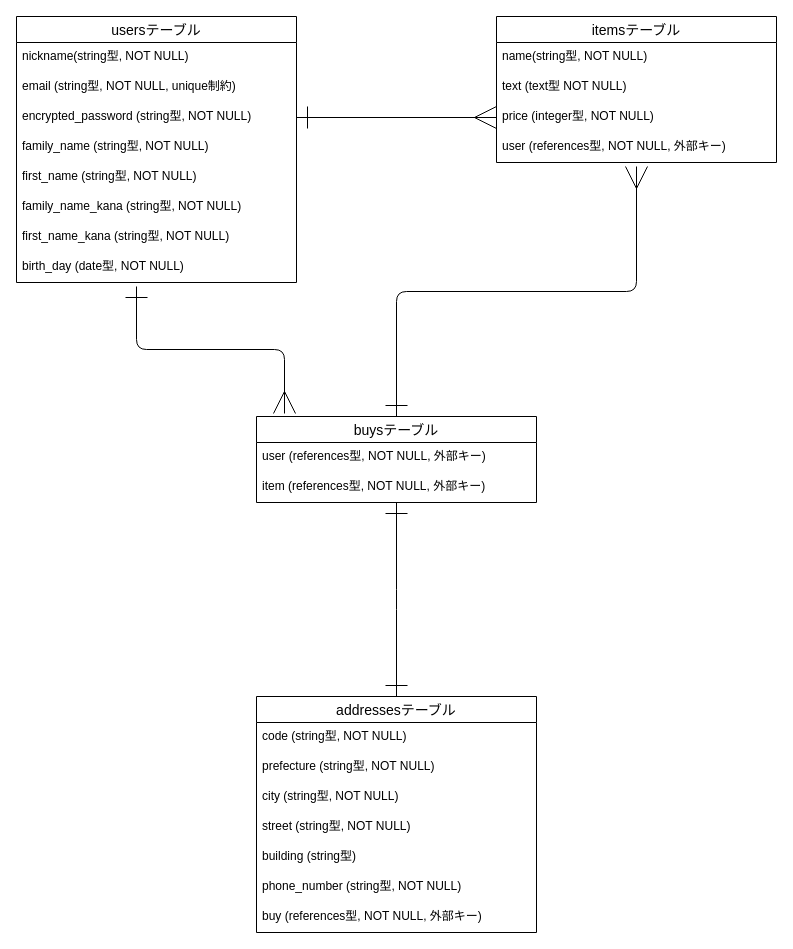
Before: furima.dio in amamyyyyy/furima-40448, a draw.io diagram. Source tidied: cells renumbered, new cells numbered last; positions are measured from the earlier drawing's top-left corner, leaving out a move shared by most shapes. Both pictures are drawn from the tidied source at 100%, with x=0, y=0 at pixel (16, 16).
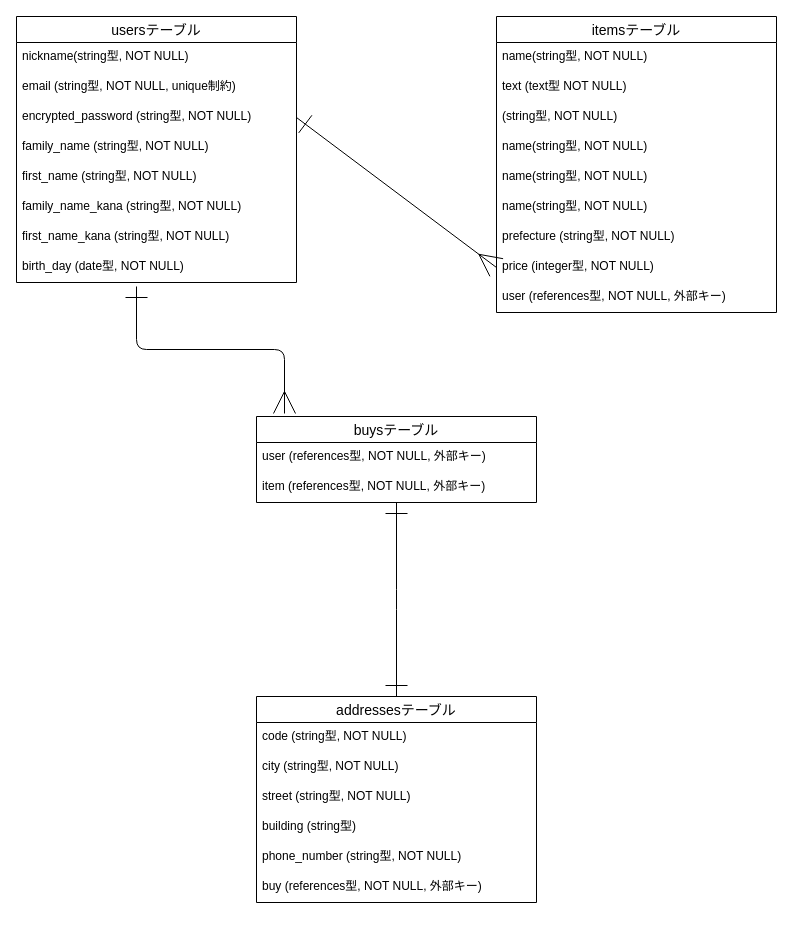
Above is the later version.

Commit message (it also covers changes not shown here):
データベース設計修正完了

Unchanged cells that the change refers to:
```xml
<mxCell id="19" value="buysテーブル" style="swimlane;fontStyle=0;horizontal=1;startSize=26;align=center;fontSize=14;" parent="1" vertex="1">
  <mxGeometry x="240" y="400" width="280" height="86" as="geometry" />
</mxCell>
```

The edit, as a diff of the source:
```diff
@@
     <mxCell id="11" value="addressesテーブル" style="swimlane;fontStyle=0;horizontal=1;startSize=26;align=center;fontSize=14;" parent="1" vertex="1">
-      <mxGeometry x="240" y="680" width="280" height="236" as="geometry" />
+      <mxGeometry x="240" y="680" width="280" height="206" as="geometry" />
     </mxCell>
@@
-    <mxCell id="13" value="prefecture (string型, NOT NULL)" style="text;strokeColor=none;fillColor=none;spacingLeft=4;spacingRight=4;overflow=hidden;fontSize=12;" parent="11" vertex="1">
-      <mxGeometry y="56" width="280" height="30" as="geometry" />
-    </mxCell>
     <mxCell id="14" value="city (string型, NOT NULL)" style="text;strokeColor=none;fillColor=none;spacingLeft=4;spacingRight=4;overflow=hidden;fontSize=12;" parent="11" vertex="1">
-      <mxGeometry y="86" width="280" height="30" as="geometry" />
+      <mxGeometry y="56" width="280" height="30" as="geometry" />
     </mxCell>
     <mxCell id="15" value="street (string型, NOT NULL)" style="text;strokeColor=none;fillColor=none;spacingLeft=4;spacingRight=4;overflow=hidden;fontSize=12;" parent="11" vertex="1">
-      <mxGeometry y="116" width="280" height="30" as="geometry" />
+      <mxGeometry y="86" width="280" height="30" as="geometry" />
     </mxCell>
     <mxCell id="16" value="building (string型)" style="text;strokeColor=none;fillColor=none;spacingLeft=4;spacingRight=4;overflow=hidden;fontSize=12;" parent="11" vertex="1">
-      <mxGeometry y="146" width="280" height="30" as="geometry" />
+      <mxGeometry y="116" width="280" height="30" as="geometry" />
     </mxCell>
     <mxCell id="17" value="phone_number (string型, NOT NULL)" style="text;strokeColor=none;fillColor=none;spacingLeft=4;spacingRight=4;overflow=hidden;fontSize=12;" parent="11" vertex="1">
-      <mxGeometry y="176" width="280" height="30" as="geometry" />
+      <mxGeometry y="146" width="280" height="30" as="geometry" />
     </mxCell>
     <mxCell id="18" value="buy (references型, NOT NULL, 外部キー)" style="text;strokeColor=none;fillColor=none;spacingLeft=4;spacingRight=4;overflow=hidden;fontSize=12;" parent="11" vertex="1">
-      <mxGeometry y="206" width="280" height="30" as="geometry" />
+      <mxGeometry y="176" width="280" height="30" as="geometry" />
     </mxCell>
@@
     <mxCell id="22" value="itemsテーブル" style="swimlane;fontStyle=0;horizontal=1;startSize=26;align=center;fontSize=14;" parent="1" vertex="1">
-      <mxGeometry x="480" width="280" height="146" as="geometry" />
+      <mxGeometry x="480" width="280" height="296" as="geometry" />
     </mxCell>
@@
+    <mxCell id="31" value="(string型, NOT NULL)" style="text;strokeColor=none;fillColor=none;spacingLeft=4;spacingRight=4;overflow=hidden;fontSize=12;" parent="22" vertex="1">
+      <mxGeometry y="86" width="280" height="30" as="geometry" />
+    </mxCell>
+    <mxCell id="32" value="name(string型, NOT NULL)" style="text;strokeColor=none;fillColor=none;spacingLeft=4;spacingRight=4;overflow=hidden;fontSize=12;" parent="22" vertex="1">
+      <mxGeometry y="116" width="280" height="30" as="geometry" />
+    </mxCell>
+    <mxCell id="33" value="name(string型, NOT NULL)" style="text;strokeColor=none;fillColor=none;spacingLeft=4;spacingRight=4;overflow=hidden;fontSize=12;" parent="22" vertex="1">
+      <mxGeometry y="146" width="280" height="30" as="geometry" />
+    </mxCell>
+    <mxCell id="34" value="name(string型, NOT NULL)" style="text;strokeColor=none;fillColor=none;spacingLeft=4;spacingRight=4;overflow=hidden;fontSize=12;" parent="22" vertex="1">
+      <mxGeometry y="176" width="280" height="30" as="geometry" />
+    </mxCell>
+    <mxCell id="13" value="prefecture (string型, NOT NULL)" style="text;strokeColor=none;fillColor=none;spacingLeft=4;spacingRight=4;overflow=hidden;fontSize=12;" parent="22" vertex="1">
+      <mxGeometry y="206" width="280" height="30" as="geometry" />
+    </mxCell>
     <mxCell id="25" value="price (integer型, NOT NULL)" style="text;strokeColor=none;fillColor=none;spacingLeft=4;spacingRight=4;overflow=hidden;points=[[0,0.5],[1,0.5]];portConstraint=eastwest;fontSize=12;" parent="22" vertex="1">
-      <mxGeometry y="86" width="280" height="30" as="geometry" />
+      <mxGeometry y="236" width="280" height="30" as="geometry" />
     </mxCell>
     <mxCell id="26" value="user (references型, NOT NULL, 外部キー)" style="text;strokeColor=none;fillColor=none;spacingLeft=4;spacingRight=4;overflow=hidden;fontSize=12;" parent="22" vertex="1">
-      <mxGeometry y="116" width="280" height="30" as="geometry" />
+      <mxGeometry y="266" width="280" height="30" as="geometry" />
     </mxCell>
@@
-    <mxCell id="29" style="edgeStyle=elbowEdgeStyle;elbow=vertical;html=1;startArrow=ERmany;startFill=0;endArrow=ERone;endFill=0;startSize=20;endSize=20;targetPerimeterSpacing=0;sourcePerimeterSpacing=0;" parent="1" edge="1" target="19">
-      <mxGeometry relative="1" as="geometry">
-        <mxPoint x="620" y="150" as="sourcePoint" />
-      </mxGeometry>
-    </mxCell>
```
